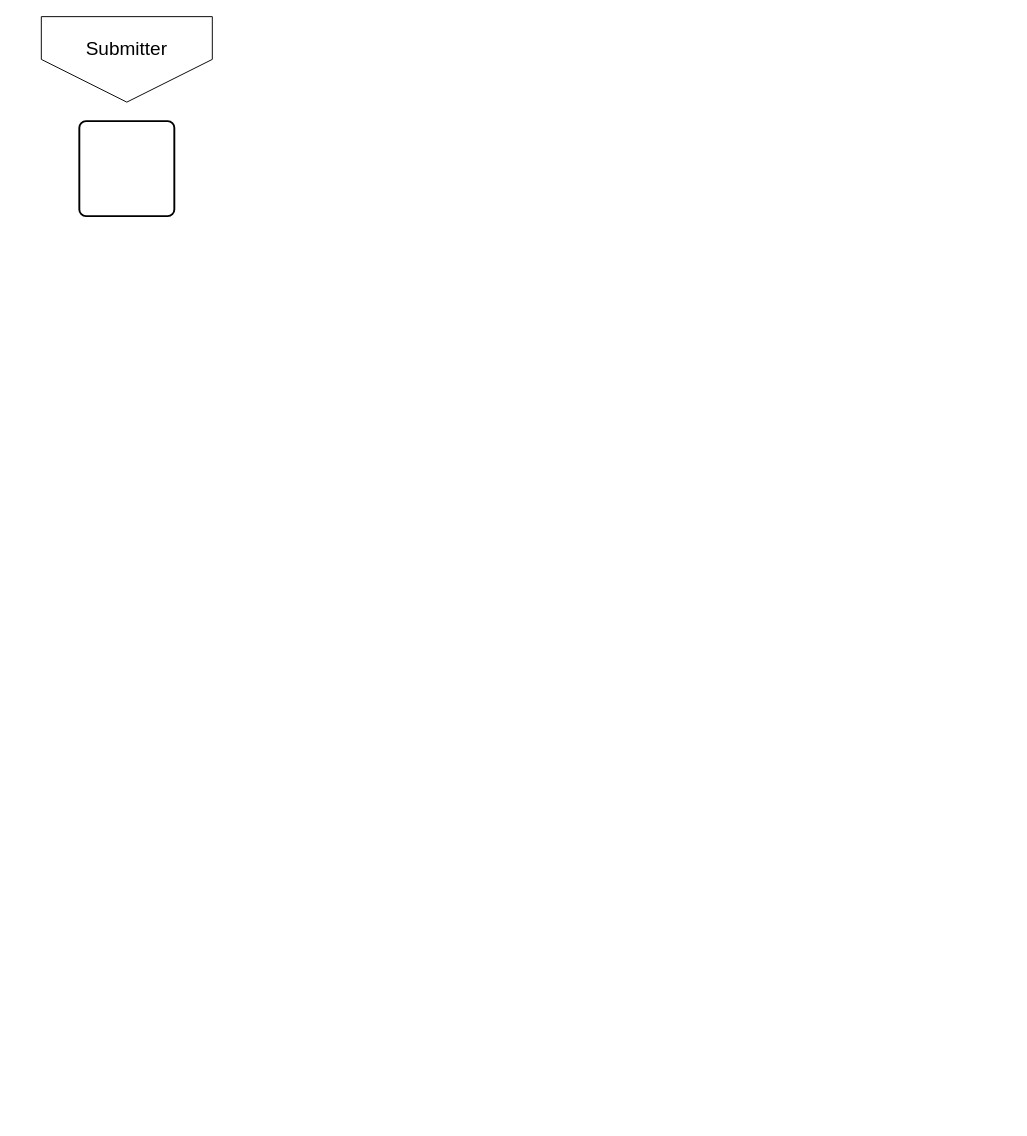
Before: ALM Platform.drawio in gschopping/HelloWorld, a draw.io diagram. Source tidied: cells renumbered, new cells numbered last; positions are measured from the earlier drawing's top-left corner, leaving out a move shared by most shapes. Both pictures are drawn from the tidied source at 95%, with x=0, y=0 at pixel (41, 16).
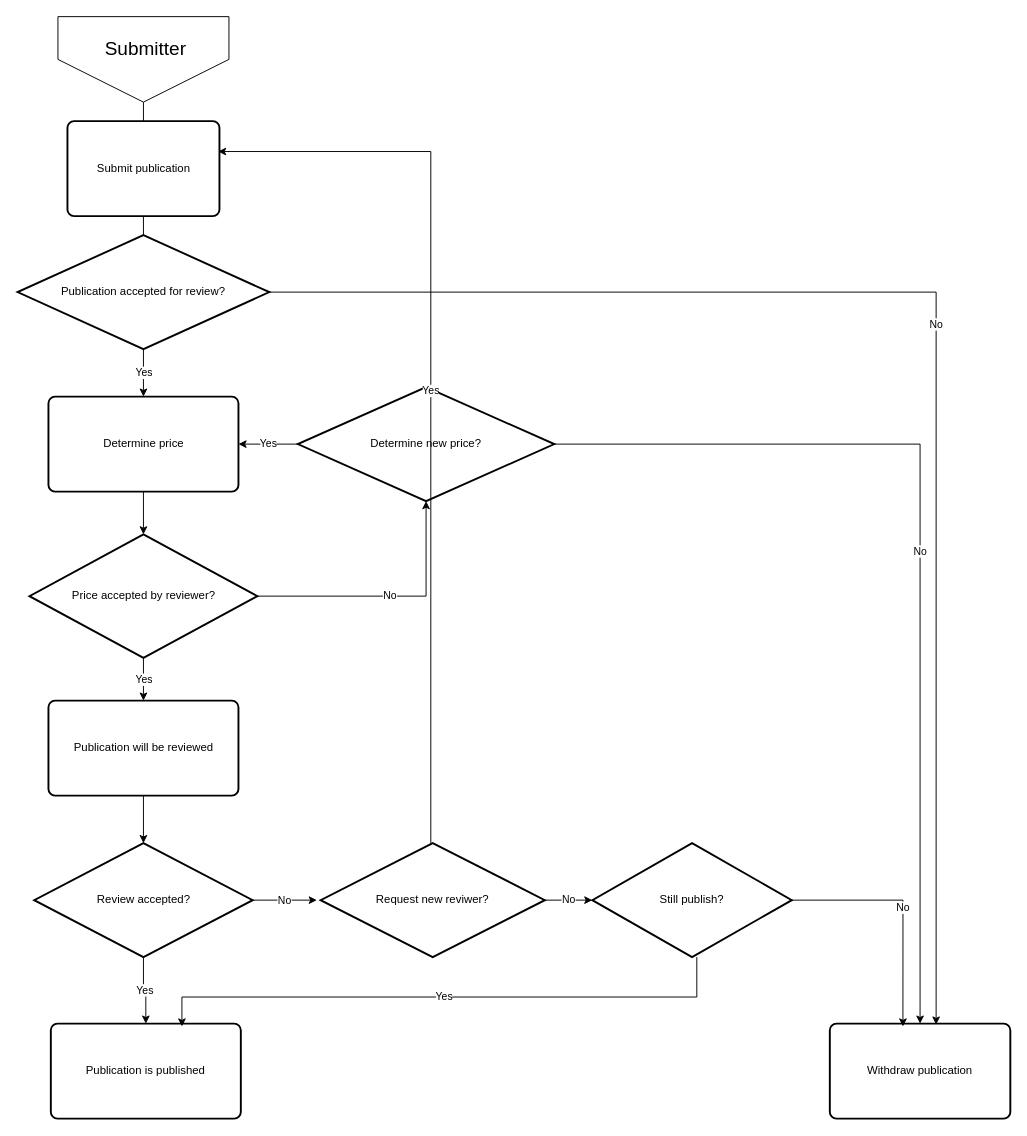
The same diagram, later.

The edit, as a diff of the source:
```diff
@@
+    <mxCell id="5" style="edgeStyle=orthogonalEdgeStyle;rounded=0;jettySize=auto;html=1;" parent="1" edge="1" source="2">
+      <mxGeometry relative="1" as="geometry">
+        <mxPoint x="90" y="145" as="targetPoint" />
+      </mxGeometry>
+    </mxCell>
     <mxCell id="2" style="verticalLabelPosition=bottom;verticalAlign=top;html=1;shape=offPageConnector;rounded=0;size=0.5;" parent="1" vertex="1">
-      <mxGeometry width="180" height="90" as="geometry" />
+      <mxGeometry x="17.5" width="180" height="90" as="geometry" />
     </mxCell>
     <mxCell id="3" value="&lt;div&gt;Submitter&lt;/div&gt;&lt;div&gt;&lt;br&gt;&lt;/div&gt;" style="text;html=1;align=center;verticalAlign=middle;whiteSpace=wrap;rounded=0;fontSize=20;" parent="1" vertex="1">
-      <mxGeometry x="60" y="30" width="60" height="30" as="geometry" />
+      <mxGeometry x="80" y="30" width="60" height="30" as="geometry" />
     </mxCell>
+    <mxCell id="6" style="edgeStyle=orthogonalEdgeStyle;rounded=0;jettySize=auto;html=1;" parent="1" edge="1" source="4">
+      <mxGeometry relative="1" as="geometry">
+        <mxPoint x="95" y="275" as="targetPoint" />
+      </mxGeometry>
+    </mxCell>
-    <mxCell id="4" style="rounded=1;whiteSpace=wrap;html=1;absoluteArcSize=1;arcSize=14;strokeWidth=2;" parent="1" vertex="1">
-      <mxGeometry x="40" y="110" width="100" height="100" as="geometry" />
+    <mxCell id="4" value="Submit publication" style="rounded=1;whiteSpace=wrap;html=1;absoluteArcSize=1;arcSize=14;strokeWidth=2;" parent="1" vertex="1">
+      <mxGeometry x="27.5" y="110" width="160" height="100" as="geometry" />
     </mxCell>
+    <mxCell id="7" value="Publication accepted for review?" style="strokeWidth=2;html=1;shape=mxgraph.flowchart.decision;whiteSpace=wrap;" parent="1" vertex="1">
+      <mxGeometry x="-25" y="230" width="265" height="120" as="geometry" />
+    </mxCell>
+    <mxCell id="8" style="edgeStyle=orthogonalEdgeStyle;rounded=0;orthogonalLoop=1;jettySize=auto;html=1;exitX=0.5;exitY=1;exitDx=0;exitDy=0;" parent="1" edge="1" source="4" target="4">
+      <mxGeometry relative="1" as="geometry" />
+    </mxCell>
+    <mxCell id="9" style="edgeStyle=orthogonalEdgeStyle;rounded=0;jettySize=auto;html=1;" parent="1" edge="1" source="11" target="14">
+      <mxGeometry relative="1" as="geometry" />
+    </mxCell>
+    <mxCell id="10" value="Yes" style="edgeStyle=orthogonalEdgeStyle;rounded=0;jettySize=auto;html=1;" parent="1" edge="1" source="7" target="11">
+      <mxGeometry relative="1" as="geometry" />
+    </mxCell>
+    <mxCell id="11" value="Determine price" style="rounded=1;whiteSpace=wrap;html=1;absoluteArcSize=1;arcSize=14;strokeWidth=2;" parent="1" vertex="1">
+      <mxGeometry x="7.5" y="400" width="200" height="100" as="geometry" />
+    </mxCell>
+    <mxCell id="12" value="No" style="edgeStyle=orthogonalEdgeStyle;rounded=0;jettySize=auto;html=1;" parent="1" edge="1" source="14" target="17">
+      <mxGeometry relative="1" as="geometry" />
+    </mxCell>
+    <mxCell id="13" value="Yes" style="edgeStyle=orthogonalEdgeStyle;rounded=0;jettySize=auto;html=1;" parent="1" edge="1" source="14" target="20">
+      <mxGeometry relative="1" as="geometry" />
+    </mxCell>
+    <mxCell id="14" value="Price accepted by reviewer?" style="strokeWidth=2;html=1;shape=mxgraph.flowchart.decision;whiteSpace=wrap;" parent="1" vertex="1">
+      <mxGeometry x="-12.5" y="545" width="240" height="130" as="geometry" />
+    </mxCell>
+    <mxCell id="15" value="Yes" style="edgeStyle=orthogonalEdgeStyle;rounded=0;jettySize=auto;html=1;" parent="1" edge="1" source="17" target="11">
+      <mxGeometry relative="1" as="geometry" />
+    </mxCell>
+    <mxCell id="16" value="No" style="edgeStyle=orthogonalEdgeStyle;rounded=0;jettySize=auto;html=1;entryX=0.5;entryY=0;entryDx=0;entryDy=0;" parent="1" edge="1" source="17" target="18">
+      <mxGeometry relative="1" as="geometry" />
+    </mxCell>
+    <mxCell id="17" value="&lt;div&gt;Determine new price?&lt;/div&gt;" style="strokeWidth=2;html=1;shape=mxgraph.flowchart.decision;whiteSpace=wrap;" parent="1" vertex="1">
+      <mxGeometry x="270" y="390" width="270" height="120" as="geometry" />
+    </mxCell>
+    <mxCell id="18" value="Withdraw publication" style="rounded=1;whiteSpace=wrap;html=1;absoluteArcSize=1;arcSize=14;strokeWidth=2;" parent="1" vertex="1">
+      <mxGeometry x="830" y="1060" width="190" height="100" as="geometry" />
+    </mxCell>
+    <mxCell id="19" value="No" style="edgeStyle=orthogonalEdgeStyle;rounded=0;jettySize=auto;html=1;entryX=0.589;entryY=0.01;entryDx=0;entryDy=0;entryPerimeter=0;" parent="1" edge="1" source="7" target="18">
+      <mxGeometry relative="1" as="geometry" />
+    </mxCell>
+    <mxCell id="20" value="Publication will be reviewed" style="rounded=1;whiteSpace=wrap;html=1;absoluteArcSize=1;arcSize=14;strokeWidth=2;" parent="1" vertex="1">
+      <mxGeometry x="7.5" y="720" width="200" height="100" as="geometry" />
+    </mxCell>
+    <mxCell id="21" style="edgeStyle=orthogonalEdgeStyle;rounded=0;jettySize=auto;html=1;" parent="1" edge="1" source="20" target="23">
+      <mxGeometry relative="1" as="geometry" />
+    </mxCell>
+    <mxCell id="22" value="No" style="edgeStyle=orthogonalEdgeStyle;rounded=0;jettySize=auto;html=1;exitX=1;exitY=0.5;exitDx=0;exitDy=0;exitPerimeter=0;" parent="1" edge="1" source="23">
+      <mxGeometry relative="1" as="geometry">
+        <mxPoint x="290" y="930" as="targetPoint" />
+      </mxGeometry>
+    </mxCell>
+    <mxCell id="23" value="Review accepted?" style="strokeWidth=2;html=1;shape=mxgraph.flowchart.decision;whiteSpace=wrap;" parent="1" vertex="1">
+      <mxGeometry x="-7.5" y="870" width="230" height="120" as="geometry" />
+    </mxCell>
+    <mxCell id="24" value="Yes" style="edgeStyle=orthogonalEdgeStyle;rounded=0;jettySize=auto;html=1;" parent="1" edge="1" source="23" target="25">
+      <mxGeometry relative="1" as="geometry" />
+    </mxCell>
+    <mxCell id="25" value="Publication is published" style="rounded=1;whiteSpace=wrap;html=1;absoluteArcSize=1;arcSize=14;strokeWidth=2;" parent="1" vertex="1">
+      <mxGeometry x="10" y="1060" width="200" height="100" as="geometry" />
+    </mxCell>
+    <mxCell id="26" value="No" style="edgeStyle=orthogonalEdgeStyle;rounded=0;jettySize=auto;html=1;" parent="1" edge="1" source="28" target="29">
+      <mxGeometry relative="1" as="geometry" />
+    </mxCell>
+    <mxCell id="27" value="Yes" style="edgeStyle=orthogonalEdgeStyle;rounded=0;jettySize=auto;html=1;entryX=0.991;entryY=0.32;entryDx=0;entryDy=0;entryPerimeter=0;" parent="1" edge="1" source="28" target="4">
+      <mxGeometry relative="1" as="geometry">
+        <Array as="points">
+          <mxPoint x="410" y="142" />
+        </Array>
+      </mxGeometry>
+    </mxCell>
+    <mxCell id="28" value="&lt;div&gt;Request new reviwer?&lt;/div&gt;" style="strokeWidth=2;html=1;shape=mxgraph.flowchart.decision;whiteSpace=wrap;" parent="1" vertex="1">
+      <mxGeometry x="294" y="870" width="236" height="120" as="geometry" />
+    </mxCell>
+    <mxCell id="29" value="Still publish?" style="strokeWidth=2;html=1;shape=mxgraph.flowchart.decision;whiteSpace=wrap;" parent="1" vertex="1">
+      <mxGeometry x="580" y="870" width="210" height="120" as="geometry" />
+    </mxCell>
+    <mxCell id="30" value="Yes" style="edgeStyle=orthogonalEdgeStyle;rounded=0;jettySize=auto;html=1;entryX=0.69;entryY=0.03;entryDx=0;entryDy=0;entryPerimeter=0;" parent="1" edge="1" source="29" target="25">
+      <mxGeometry relative="1" as="geometry">
+        <Array as="points">
+          <mxPoint x="690" y="1032" />
+        </Array>
+      </mxGeometry>
+    </mxCell>
+    <mxCell id="31" value="No" style="edgeStyle=orthogonalEdgeStyle;rounded=0;jettySize=auto;html=1;entryX=0.405;entryY=0.03;entryDx=0;entryDy=0;entryPerimeter=0;" parent="1" edge="1" source="29" target="18">
+      <mxGeometry relative="1" as="geometry" />
+    </mxCell>
```
